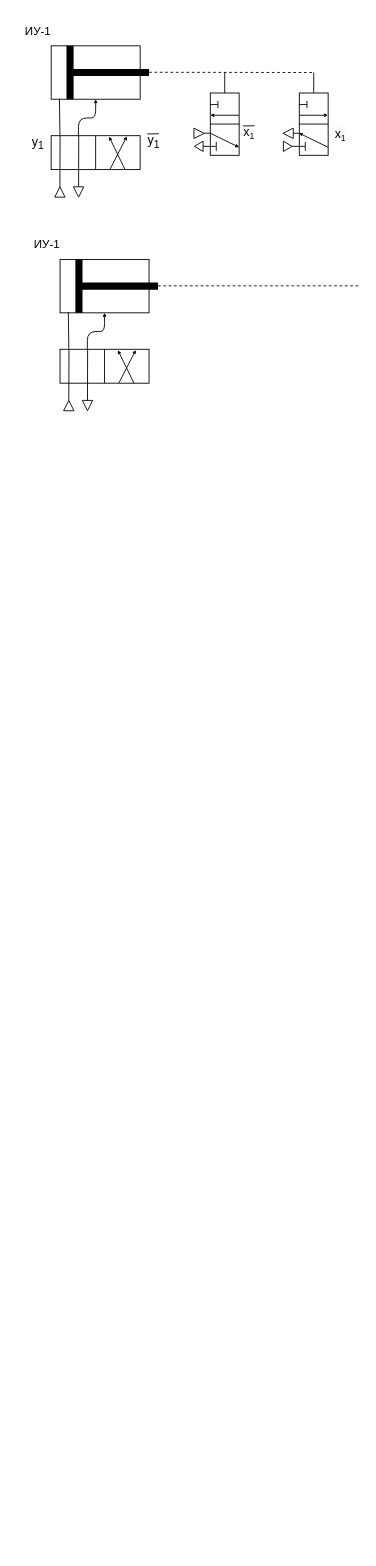
This is Диаграмма без названия.drawio from Sergei40/intro, a draw.io file, before an edit. Source tidied: cells renumbered, new cells numbered last; positions are measured from the earlier drawing's top-left corner, leaving out a move shared by most shapes. Both pictures are drawn from the tidied source at 89%, with x=0, y=0 at pixel (15, 19).
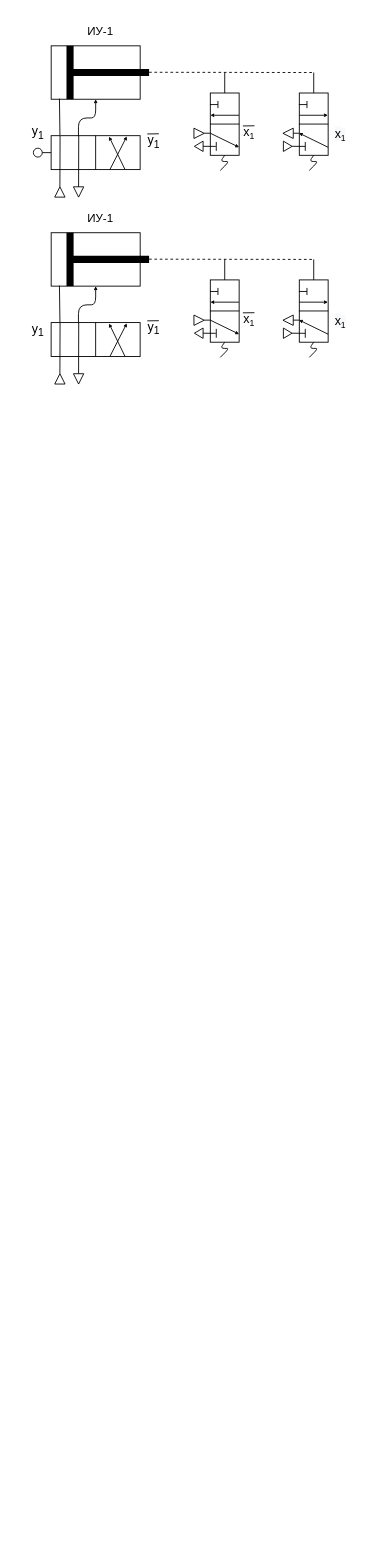
The same page after the edit.

Unchanged cells that the change refers to:
```xml
<mxCell id="9" style="rounded=0;whiteSpace=wrap;html=1;strokeWidth=1;rotation=90;" parent="8" vertex="1">
  <mxGeometry x="30.9" y="-30.9" width="38.1" height="100" as="geometry" />
</mxCell>
<mxCell id="39" style="rounded=0;whiteSpace=wrap;html=1;strokeWidth=1;rotation=180;" parent="38" vertex="1">
  <mxGeometry x="26.4" width="32.4" height="70" as="geometry" />
</mxCell>
<mxCell id="58" style="rounded=0;whiteSpace=wrap;html=1;strokeWidth=1;rotation=180;" parent="57" vertex="1">
  <mxGeometry x="26.4" width="32.4" height="70" as="geometry" />
</mxCell>
```

What changed in the source:
```diff
@@
     <mxCell id="18" value="&lt;span style=&quot;font-weight: normal&quot;&gt;&lt;font style=&quot;font-size: 13px&quot;&gt;ИУ-1&lt;/font&gt;&lt;/span&gt;" style="text;strokeColor=none;fillColor=none;html=1;fontSize=24;fontStyle=1;verticalAlign=middle;align=center;" parent="1" vertex="1">
-      <mxGeometry width="50" height="20" as="geometry" />
+      <mxGeometry x="70" width="50" height="20" as="geometry" />
     </mxCell>
-    <mxCell id="19" style="rounded=0;whiteSpace=wrap;html=1;" parent="1" vertex="1">
-      <mxGeometry x="50" y="270" width="100" height="60" as="geometry" />
-    </mxCell>
-    <mxCell id="20" style="line;strokeWidth=8;html=1;perimeter=backbonePerimeter;rotation=90;" parent="1" vertex="1">
-      <mxGeometry x="41.2" y="286.2" width="60" height="27.5" as="geometry" />
-    </mxCell>
-    <mxCell id="21" style="line;strokeWidth=8;html=1;perimeter=backbonePerimeter;rotation=0;" parent="1" vertex="1">
-      <mxGeometry x="70" y="286.2" width="90" height="27.5" as="geometry" />
-    </mxCell>
-    <mxCell id="22" style="endArrow=none;dashed=1;html=1;" parent="1" edge="1">
-      <mxGeometry relative="1" as="geometry">
-        <mxPoint x="160" y="299.7" as="sourcePoint" />
-        <mxPoint x="386" y="299.7" as="targetPoint" />
-      </mxGeometry>
-    </mxCell>
-    <mxCell id="23" style="endArrow=none;html=1;startSize=4;endSize=2;exitX=-0.012;exitY=0.901;exitDx=0;exitDy=0;exitPerimeter=0;entryX=0.093;entryY=0.99;entryDx=0;entryDy=0;entryPerimeter=0;" parent="1" edge="1" source="26" target="19">
-      <mxGeometry relative="1" as="geometry" />
-    </mxCell>
-    <mxCell id="24" style="group;" parent="1" vertex="1">
-      <mxGeometry x="50" y="370.9" width="100" height="69.1" as="geometry" />
-    </mxCell>
-    <mxCell id="25" style="group;" parent="24" vertex="1">
-      <mxGeometry width="100" height="39.1" as="geometry" />
-    </mxCell>
-    <mxCell id="26" style="rounded=0;whiteSpace=wrap;html=1;strokeWidth=1;rotation=90;" parent="25" vertex="1">
-      <mxGeometry x="30.9" y="-30.9" width="38.1" height="100" as="geometry" />
-    </mxCell>
-    <mxCell id="27" style="endArrow=none;html=1;entryX=0;entryY=0.5;entryDx=0;entryDy=0;exitX=1;exitY=0.5;exitDx=0;exitDy=0;" parent="25" edge="1" source="26" target="26">
-      <mxGeometry relative="1" as="geometry" />
-    </mxCell>
-    <mxCell id="28" style="endArrow=classic;html=1;entryX=0.024;entryY=0.083;entryDx=0;entryDy=0;entryPerimeter=0;jumpSize=6;endSize=2;startSize=4;spacingBottom=0;spacing=12;" parent="25" edge="1">
-      <mxGeometry relative="1" as="geometry">
-        <mxPoint x="66" y="38.1" as="sourcePoint" />
-        <mxPoint x="85" y="0.9" as="targetPoint" />
-      </mxGeometry>
-    </mxCell>
-    <mxCell id="29" style="endArrow=classic;html=1;jumpSize=6;endSize=2;startSize=4;spacingBottom=0;spacing=12;" parent="25" edge="1">
-      <mxGeometry relative="1" as="geometry">
-        <mxPoint x="83" y="38.1" as="sourcePoint" />
-        <mxPoint x="65" y="1.1" as="targetPoint" />
-      </mxGeometry>
-    </mxCell>
-    <mxCell id="30" style="endArrow=none;html=1;startSize=4;endSize=2;entryX=0.01;entryY=0.671;entryDx=0;entryDy=0;entryPerimeter=0;exitX=1;exitY=0.5;exitDx=0;exitDy=0;" parent="25" edge="1" source="31">
-      <mxGeometry relative="1" as="geometry">
-        <mxPoint x="10" y="0.3" as="targetPoint" />
-      </mxGeometry>
-    </mxCell>
-    <mxCell id="31" style="triangle;whiteSpace=wrap;html=1;strokeWidth=1;rotation=-90;" parent="24" vertex="1">
-      <mxGeometry x="4" y="57.5" width="11.6" height="11.6" as="geometry" />
-    </mxCell>
-    <mxCell id="32" style="triangle;whiteSpace=wrap;html=1;strokeWidth=1;rotation=90;" parent="24" vertex="1">
-      <mxGeometry x="25" y="57.5" width="11.6" height="11.6" as="geometry" />
-    </mxCell>
-    <mxCell id="33" style="endArrow=none;html=1;startSize=4;endSize=2;entryX=-0.004;entryY=0.69;entryDx=0;entryDy=0;exitX=0;exitY=0.5;exitDx=0;exitDy=0;entryPerimeter=0;" parent="24" edge="1" source="32" target="26">
-      <mxGeometry relative="1" as="geometry" />
-    </mxCell>
-    <mxCell id="34" style="edgeStyle=elbowEdgeStyle;elbow=vertical;endArrow=classic;html=1;startSize=4;endSize=2;exitX=0.01;exitY=0.693;exitDx=0;exitDy=0;exitPerimeter=0;entryX=0.5;entryY=1;entryDx=0;entryDy=0;" parent="1" edge="1" source="26" target="19">
-      <mxGeometry relative="1" as="geometry" />
-    </mxCell>
-    <mxCell id="35" value="&lt;span style=&quot;font-weight: normal&quot;&gt;&lt;font style=&quot;font-size: 13px&quot;&gt;ИУ-1&lt;/font&gt;&lt;/span&gt;" style="text;strokeColor=none;fillColor=none;html=1;fontSize=24;fontStyle=1;verticalAlign=middle;align=center;" parent="1" vertex="1">
-      <mxGeometry x="10" y="240" width="50" height="20" as="geometry" />
-    </mxCell>
@@
     <mxCell id="51" value="&lt;span style=&quot;font-size: 14px ; font-weight: 400&quot;&gt;y&lt;sub&gt;1&lt;/sub&gt;&lt;/span&gt;" style="text;strokeColor=none;fillColor=none;html=1;fontSize=24;fontStyle=1;verticalAlign=middle;align=center;" parent="1" vertex="1">
-      <mxGeometry y="121.8" width="50" height="25.5" as="geometry" />
+      <mxGeometry y="110" width="50" height="25.5" as="geometry" />
     </mxCell>
@@
+    <mxCell id="73" style="endArrow=none;html=1;startSize=4;endSize=2;exitX=0.5;exitY=0;exitDx=0;exitDy=0;" parent="1" edge="1" source="58">
+      <mxGeometry relative="1" as="geometry">
+        <mxPoint x="330" y="170" as="targetPoint" />
+        <Array as="points">
+          <mxPoint x="330" y="160" />
+          <mxPoint x="340" y="160" />
+        </Array>
+      </mxGeometry>
+    </mxCell>
+    <mxCell id="74" style="endArrow=none;html=1;startSize=4;endSize=2;exitX=0.5;exitY=0;exitDx=0;exitDy=0;" parent="1" edge="1" source="39">
+      <mxGeometry relative="1" as="geometry">
+        <mxPoint x="230" y="170" as="targetPoint" />
+        <Array as="points">
+          <mxPoint x="230" y="160" />
+          <mxPoint x="240" y="160" />
+        </Array>
+      </mxGeometry>
+    </mxCell>
+    <mxCell id="75" style="rounded=0;whiteSpace=wrap;html=1;" parent="1" vertex="1">
+      <mxGeometry x="40" y="240" width="100" height="60" as="geometry" />
+    </mxCell>
+    <mxCell id="76" style="line;strokeWidth=8;html=1;perimeter=backbonePerimeter;rotation=90;" parent="1" vertex="1">
+      <mxGeometry x="31.2" y="256.2" width="60" height="27.5" as="geometry" />
+    </mxCell>
+    <mxCell id="77" style="line;strokeWidth=8;html=1;perimeter=backbonePerimeter;rotation=0;" parent="1" vertex="1">
+      <mxGeometry x="60" y="256.2" width="90" height="27.5" as="geometry" />
+    </mxCell>
+    <mxCell id="78" style="endArrow=none;dashed=1;html=1;" parent="1" edge="1">
+      <mxGeometry relative="1" as="geometry">
+        <mxPoint x="150" y="269.7" as="sourcePoint" />
+        <mxPoint x="335" y="270" as="targetPoint" />
+      </mxGeometry>
+    </mxCell>
+    <mxCell id="79" style="endArrow=none;html=1;startSize=4;endSize=2;exitX=-0.012;exitY=0.901;exitDx=0;exitDy=0;exitPerimeter=0;entryX=0.093;entryY=0.99;entryDx=0;entryDy=0;entryPerimeter=0;" parent="1" edge="1" source="26" target="75">
+      <mxGeometry relative="1" as="geometry" />
+    </mxCell>
+    <mxCell id="80" style="group;" parent="1" vertex="1">
+      <mxGeometry x="40" y="340.9" width="100" height="69.1" as="geometry" />
+    </mxCell>
+    <mxCell id="25" style="group;" parent="80" vertex="1">
+      <mxGeometry width="100" height="39.1" as="geometry" />
+    </mxCell>
+    <mxCell id="26" style="rounded=0;whiteSpace=wrap;html=1;strokeWidth=1;rotation=90;" parent="25" vertex="1">
+      <mxGeometry x="30.9" y="-30.9" width="38.1" height="100" as="geometry" />
+    </mxCell>
+    <mxCell id="27" style="endArrow=none;html=1;entryX=0;entryY=0.5;entryDx=0;entryDy=0;exitX=1;exitY=0.5;exitDx=0;exitDy=0;" parent="25" edge="1" source="26" target="26">
+      <mxGeometry relative="1" as="geometry" />
+    </mxCell>
+    <mxCell id="81" style="endArrow=classic;html=1;entryX=0.024;entryY=0.083;entryDx=0;entryDy=0;entryPerimeter=0;jumpSize=6;endSize=2;startSize=4;spacingBottom=0;spacing=12;" parent="25" edge="1">
+      <mxGeometry relative="1" as="geometry">
+        <mxPoint x="66" y="38.1" as="sourcePoint" />
+        <mxPoint x="85" y="0.9" as="targetPoint" />
+      </mxGeometry>
+    </mxCell>
+    <mxCell id="82" style="endArrow=classic;html=1;jumpSize=6;endSize=2;startSize=4;spacingBottom=0;spacing=12;" parent="25" edge="1">
+      <mxGeometry relative="1" as="geometry">
+        <mxPoint x="83" y="38.1" as="sourcePoint" />
+        <mxPoint x="65" y="1.1" as="targetPoint" />
+      </mxGeometry>
+    </mxCell>
+    <mxCell id="83" style="endArrow=none;html=1;startSize=4;endSize=2;entryX=0.01;entryY=0.671;entryDx=0;entryDy=0;entryPerimeter=0;exitX=1;exitY=0.5;exitDx=0;exitDy=0;" parent="25" edge="1" source="31">
+      <mxGeometry relative="1" as="geometry">
+        <mxPoint x="10" y="0.3" as="targetPoint" />
+      </mxGeometry>
+    </mxCell>
+    <mxCell id="31" style="triangle;whiteSpace=wrap;html=1;strokeWidth=1;rotation=-90;" parent="80" vertex="1">
+      <mxGeometry x="4" y="57.5" width="11.6" height="11.6" as="geometry" />
+    </mxCell>
+    <mxCell id="32" style="triangle;whiteSpace=wrap;html=1;strokeWidth=1;rotation=90;" parent="80" vertex="1">
+      <mxGeometry x="25" y="57.5" width="11.6" height="11.6" as="geometry" />
+    </mxCell>
+    <mxCell id="33" style="endArrow=none;html=1;startSize=4;endSize=2;entryX=-0.004;entryY=0.69;entryDx=0;entryDy=0;exitX=0;exitY=0.5;exitDx=0;exitDy=0;entryPerimeter=0;" parent="80" edge="1" source="32" target="26">
+      <mxGeometry relative="1" as="geometry" />
+    </mxCell>
+    <mxCell id="84" style="edgeStyle=elbowEdgeStyle;elbow=vertical;endArrow=classic;html=1;startSize=4;endSize=2;exitX=0.01;exitY=0.693;exitDx=0;exitDy=0;exitPerimeter=0;entryX=0.5;entryY=1;entryDx=0;entryDy=0;" parent="1" edge="1" source="26" target="75">
+      <mxGeometry relative="1" as="geometry" />
+    </mxCell>
+    <mxCell id="35" value="&lt;span style=&quot;font-weight: normal&quot;&gt;&lt;font style=&quot;font-size: 13px&quot;&gt;ИУ-1&lt;/font&gt;&lt;/span&gt;" style="text;strokeColor=none;fillColor=none;html=1;fontSize=24;fontStyle=1;verticalAlign=middle;align=center;" parent="1" vertex="1">
+      <mxGeometry x="70" y="210" width="50" height="20" as="geometry" />
+    </mxCell>
+    <mxCell id="85" style="group;rotation=90;" parent="1" vertex="1">
+      <mxGeometry x="190" y="270" width="87.4" height="100.5" as="geometry" />
+    </mxCell>
+    <mxCell id="86" style="group;" parent="85" vertex="1">
+      <mxGeometry x="9.9" y="15.5" width="70" height="85" as="geometry" />
+    </mxCell>
+    <mxCell id="87" style="group;rotation=90;" parent="86" vertex="1">
+      <mxGeometry x="-7.5" y="7.5" width="85" height="70" as="geometry" />
+    </mxCell>
+    <mxCell id="88" style="rounded=0;whiteSpace=wrap;html=1;strokeWidth=1;rotation=180;" parent="87" vertex="1">
+      <mxGeometry x="26.4" width="32.4" height="70" as="geometry" />
+    </mxCell>
+    <mxCell id="89" style="endArrow=classic;html=1;entryX=0.024;entryY=0.083;entryDx=0;entryDy=0;entryPerimeter=0;jumpSize=6;endSize=2;startSize=4;spacingBottom=0;spacing=12;" parent="87" edge="1">
+      <mxGeometry relative="1" as="geometry">
+        <mxPoint x="26" y="45" as="sourcePoint" />
+        <mxPoint x="58.8" y="61" as="targetPoint" />
+      </mxGeometry>
+    </mxCell>
+    <mxCell id="90" style="endArrow=classic;html=1;jumpSize=6;endSize=2;startSize=4;spacingBottom=0;spacing=12;" parent="87" edge="1">
+      <mxGeometry relative="1" as="geometry">
+        <mxPoint x="58.6" y="25" as="sourcePoint" />
+        <mxPoint x="26.4" y="25" as="targetPoint" />
+      </mxGeometry>
+    </mxCell>
+    <mxCell id="91" style="endArrow=none;html=1;startSize=4;endSize=2;" parent="87" edge="1">
+      <mxGeometry relative="1" as="geometry">
+        <mxPoint x="33.1" y="65" as="sourcePoint" />
+        <mxPoint x="33.1" y="55" as="targetPoint" />
+      </mxGeometry>
+    </mxCell>
+    <mxCell id="92" style="endArrow=none;html=1;startSize=4;endSize=2;" parent="87" edge="1">
+      <mxGeometry relative="1" as="geometry">
+        <mxPoint x="26" y="34.9" as="sourcePoint" />
+        <mxPoint x="59" y="34.9" as="targetPoint" />
+      </mxGeometry>
+    </mxCell>
+    <mxCell id="93" style="endArrow=none;html=1;startSize=4;endSize=2;" parent="87" edge="1">
+      <mxGeometry relative="1" as="geometry">
+        <mxPoint x="35" y="17" as="sourcePoint" />
+        <mxPoint x="35" y="9" as="targetPoint" />
+      </mxGeometry>
+    </mxCell>
+    <mxCell id="94" style="endArrow=none;html=1;startSize=4;endSize=2;exitX=1;exitY=0.5;exitDx=0;exitDy=0;" parent="87" edge="1">
+      <mxGeometry relative="1" as="geometry">
+        <mxPoint x="26" y="13" as="sourcePoint" />
+        <mxPoint x="35" y="13" as="targetPoint" />
+      </mxGeometry>
+    </mxCell>
+    <mxCell id="95" style="triangle;whiteSpace=wrap;html=1;strokeWidth=1;rotation=0;" parent="87" vertex="1">
+      <mxGeometry x="8" y="39.5" width="11.6" height="11.6" as="geometry" />
+    </mxCell>
+    <mxCell id="96" style="endArrow=none;html=1;startSize=4;endSize=2;" parent="87" edge="1">
+      <mxGeometry relative="1" as="geometry">
+        <mxPoint x="19.6" y="45.2" as="sourcePoint" />
+        <mxPoint x="26" y="45.2" as="targetPoint" />
+      </mxGeometry>
+    </mxCell>
+    <mxCell id="97" value="&lt;font style=&quot;font-size: 14px&quot;&gt;x&lt;/font&gt;&lt;font style=&quot;font-size: 11.6667px&quot;&gt;&lt;sub&gt;1&lt;/sub&gt;&lt;/font&gt;" style="text;html=1;align=center;verticalAlign=middle;points=[];strokeColor=none;" parent="87" vertex="1">
+      <mxGeometry x="55" y="35.3" width="30" height="20" as="geometry" />
+    </mxCell>
+    <mxCell id="98" style="endArrow=none;html=1;startSize=4;endSize=2;entryX=0.7;entryY=0.077;entryDx=0;entryDy=0;entryPerimeter=0;" parent="87" edge="1" target="97">
+      <mxGeometry relative="1" as="geometry">
+        <mxPoint x="63" y="37" as="sourcePoint" />
+      </mxGeometry>
+    </mxCell>
+    <mxCell id="99" style="triangle;whiteSpace=wrap;html=1;strokeWidth=1;rotation=-180;" parent="86" vertex="1">
+      <mxGeometry x="1" y="61.6" width="9.8" height="11.6" as="geometry" />
+    </mxCell>
+    <mxCell id="100" value="&lt;span style=&quot;font-size: 14px ; font-weight: 400&quot;&gt;y&lt;sub&gt;1&lt;/sub&gt;&lt;/span&gt;" style="text;strokeColor=none;fillColor=none;html=1;fontSize=24;fontStyle=1;verticalAlign=middle;align=center;" parent="1" vertex="1">
+      <mxGeometry y="331.8" width="50" height="25.5" as="geometry" />
+    </mxCell>
+    <mxCell id="101" value="&lt;font style=&quot;font-size: 14px&quot;&gt;y&lt;sub&gt;1&lt;/sub&gt;&lt;/font&gt;" style="text;html=1;align=center;verticalAlign=middle;points=[];strokeColor=none;" parent="1" vertex="1">
+      <mxGeometry x="140" y="337.3" width="30" height="20" as="geometry" />
+    </mxCell>
+    <mxCell id="102" style="endArrow=none;html=1;startSize=4;endSize=2;entryX=0.7;entryY=0.077;entryDx=0;entryDy=0;entryPerimeter=0;" parent="1" edge="1" target="101">
+      <mxGeometry relative="1" as="geometry">
+        <mxPoint x="148" y="339" as="sourcePoint" />
+      </mxGeometry>
+    </mxCell>
+    <mxCell id="103" style="group;" parent="1" vertex="1">
+      <mxGeometry x="299.9" y="285.5" width="70" height="85" as="geometry" />
+    </mxCell>
+    <mxCell id="104" style="group;rotation=90;" parent="103" vertex="1">
+      <mxGeometry x="-7.5" y="7.5" width="85" height="70" as="geometry" />
+    </mxCell>
+    <mxCell id="105" style="rounded=0;whiteSpace=wrap;html=1;strokeWidth=1;rotation=180;" parent="104" vertex="1">
+      <mxGeometry x="26.4" width="32.4" height="70" as="geometry" />
+    </mxCell>
+    <mxCell id="106" style="endArrow=classic;html=1;entryX=0.024;entryY=0.083;entryDx=0;entryDy=0;entryPerimeter=0;jumpSize=6;endSize=2;startSize=4;spacingBottom=0;spacing=12;" parent="104" edge="1">
+      <mxGeometry relative="1" as="geometry">
+        <mxPoint x="58.8" y="61" as="sourcePoint" />
+        <mxPoint x="26" y="45" as="targetPoint" />
+      </mxGeometry>
+    </mxCell>
+    <mxCell id="107" style="endArrow=classic;html=1;jumpSize=6;endSize=2;startSize=4;spacingBottom=0;spacing=12;" parent="104" edge="1">
+      <mxGeometry relative="1" as="geometry">
+        <mxPoint x="26.4" y="25" as="sourcePoint" />
+        <mxPoint x="58.6" y="25" as="targetPoint" />
+      </mxGeometry>
+    </mxCell>
+    <mxCell id="108" style="endArrow=none;html=1;startSize=4;endSize=2;" parent="104" edge="1">
+      <mxGeometry relative="1" as="geometry">
+        <mxPoint x="33.1" y="65" as="sourcePoint" />
+        <mxPoint x="33.1" y="55" as="targetPoint" />
+      </mxGeometry>
+    </mxCell>
+    <mxCell id="109" style="endArrow=none;html=1;startSize=4;endSize=2;" parent="104" edge="1">
+      <mxGeometry relative="1" as="geometry">
+        <mxPoint x="26" y="34.9" as="sourcePoint" />
+        <mxPoint x="59" y="34.9" as="targetPoint" />
+      </mxGeometry>
+    </mxCell>
+    <mxCell id="110" style="endArrow=none;html=1;startSize=4;endSize=2;" parent="104" edge="1">
+      <mxGeometry relative="1" as="geometry">
+        <mxPoint x="35" y="17" as="sourcePoint" />
+        <mxPoint x="35" y="9" as="targetPoint" />
+      </mxGeometry>
+    </mxCell>
+    <mxCell id="111" style="endArrow=none;html=1;startSize=4;endSize=2;exitX=1;exitY=0.5;exitDx=0;exitDy=0;" parent="104" edge="1">
+      <mxGeometry relative="1" as="geometry">
+        <mxPoint x="26" y="13" as="sourcePoint" />
+        <mxPoint x="35" y="13" as="targetPoint" />
+      </mxGeometry>
+    </mxCell>
+    <mxCell id="112" style="triangle;whiteSpace=wrap;html=1;strokeWidth=1;rotation=180;" parent="104" vertex="1">
+      <mxGeometry x="8" y="39.5" width="11.6" height="11.6" as="geometry" />
+    </mxCell>
+    <mxCell id="113" style="endArrow=none;html=1;startSize=4;endSize=2;" parent="104" edge="1">
+      <mxGeometry relative="1" as="geometry">
+        <mxPoint x="19.6" y="45.2" as="sourcePoint" />
+        <mxPoint x="26" y="45.2" as="targetPoint" />
+      </mxGeometry>
+    </mxCell>
+    <mxCell id="114" value="&lt;font style=&quot;color: rgb(0, 0, 0); font-family: helvetica; font-style: normal; font-weight: 400; letter-spacing: normal; text-align: center; text-indent: 0px; text-transform: none; word-spacing: 0px; background-color: rgb(248, 249, 250); font-size: 14px;&quot;&gt;x&lt;/font&gt;&lt;font style=&quot;color: rgb(0, 0, 0); font-family: helvetica; font-style: normal; font-weight: 400; letter-spacing: normal; text-align: center; text-indent: 0px; text-transform: none; word-spacing: 0px; background-color: rgb(248, 249, 250); font-size: 11.6667px;&quot;&gt;&lt;sub&gt;1&lt;/sub&gt;&lt;/font&gt;" style="text;whiteSpace=wrap;html=1;" parent="104" vertex="1">
+      <mxGeometry x="65" y="31.1" width="20" height="20" as="geometry" />
+    </mxCell>
+    <mxCell id="115" style="triangle;whiteSpace=wrap;html=1;strokeWidth=1;rotation=0;" parent="103" vertex="1">
+      <mxGeometry x="1" y="61.6" width="9.8" height="11.6" as="geometry" />
+    </mxCell>
+    <mxCell id="116" style="endArrow=none;html=1;startSize=4;endSize=2;exitX=1;exitY=0.5;exitDx=0;exitDy=0;" parent="103" edge="1" source="115">
+      <mxGeometry relative="1" as="geometry">
+        <mxPoint x="25.6" y="67.5" as="targetPoint" />
+      </mxGeometry>
+    </mxCell>
+    <mxCell id="117" style="endArrow=none;html=1;startSize=4;endSize=2;exitX=0.5;exitY=1;exitDx=0;exitDy=0;" parent="1" edge="1" source="88">
+      <mxGeometry relative="1" as="geometry">
+        <mxPoint x="235" y="270" as="targetPoint" />
+      </mxGeometry>
+    </mxCell>
+    <mxCell id="118" style="endArrow=none;html=1;startSize=4;endSize=2;exitX=0.5;exitY=1;exitDx=0;exitDy=0;" parent="1" edge="1" source="105">
+      <mxGeometry relative="1" as="geometry">
+        <mxPoint x="335" y="270" as="targetPoint" />
+      </mxGeometry>
+    </mxCell>
+    <mxCell id="119" style="endArrow=none;html=1;startSize=4;endSize=2;entryX=0;entryY=0.5;entryDx=0;entryDy=0;" parent="1" edge="1" target="99">
+      <mxGeometry relative="1" as="geometry">
+        <mxPoint x="225" y="353" as="sourcePoint" />
+      </mxGeometry>
+    </mxCell>
+    <mxCell id="120" style="endArrow=none;html=1;startSize=4;endSize=2;exitX=0.5;exitY=0;exitDx=0;exitDy=0;" parent="1" edge="1" source="105">
+      <mxGeometry relative="1" as="geometry">
+        <mxPoint x="330" y="380" as="targetPoint" />
+        <Array as="points">
+          <mxPoint x="330" y="370" />
+          <mxPoint x="340" y="370" />
+        </Array>
+      </mxGeometry>
+    </mxCell>
+    <mxCell id="121" style="endArrow=none;html=1;startSize=4;endSize=2;exitX=0.5;exitY=0;exitDx=0;exitDy=0;" parent="1" edge="1" source="88">
+      <mxGeometry relative="1" as="geometry">
+        <mxPoint x="230" y="380" as="targetPoint" />
+        <Array as="points">
+          <mxPoint x="230" y="370" />
+          <mxPoint x="240" y="370" />
+        </Array>
+      </mxGeometry>
+    </mxCell>
+    <mxCell id="122" style="ellipse;whiteSpace=wrap;html=1;strokeWidth=1;" parent="1" vertex="1">
+      <mxGeometry x="20" y="145" width="10" height="10" as="geometry" />
+    </mxCell>
+    <mxCell id="123" style="endArrow=none;html=1;startSize=4;endSize=2;exitX=1;exitY=0.5;exitDx=0;exitDy=0;entryX=0.5;entryY=1;entryDx=0;entryDy=0;" parent="1" edge="1" source="122" target="9">
+      <mxGeometry relative="1" as="geometry" />
+    </mxCell>
```
